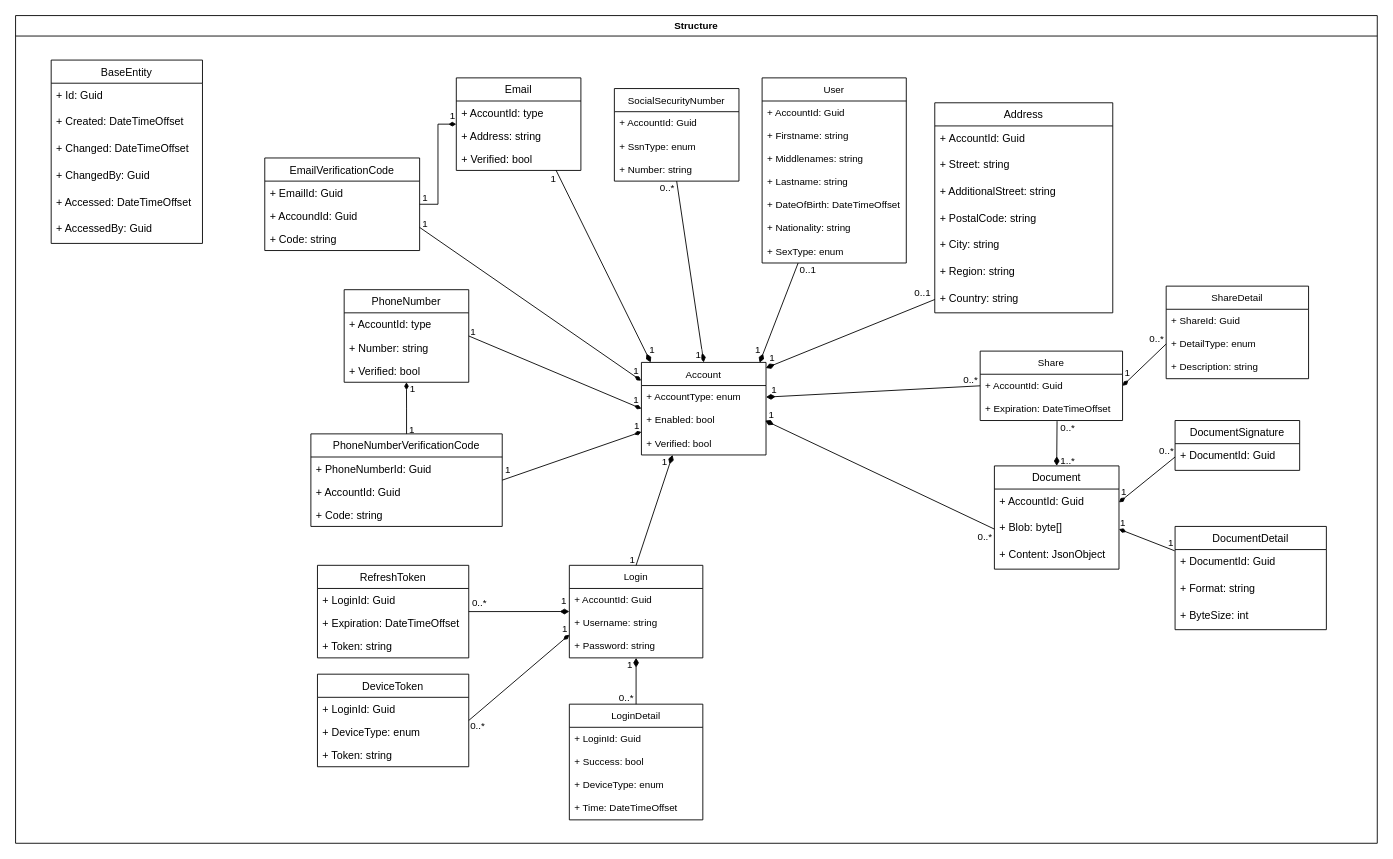
The draw.io diagram page "V3" (3 of 3) of structure.drawio in ToxicK1dd/FileShare, before the edit. Source tidied: cells renumbered, new cells numbered last; positions are measured from the earlier drawing's top-left corner, leaving out a move shared by most shapes. Both pictures are drawn from the tidied source at 89%, with x=0, y=0 at pixel (15, 15).
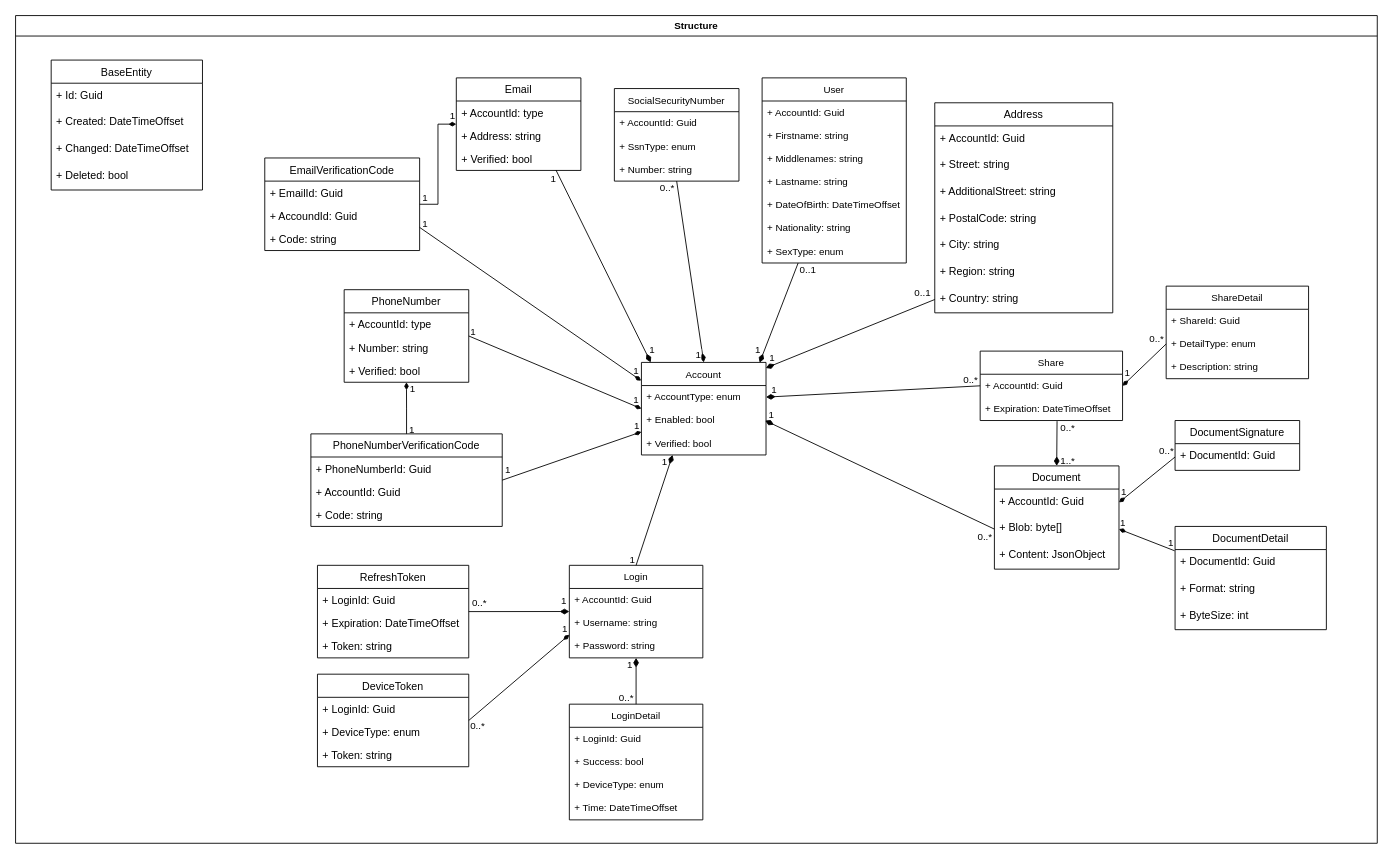
After the change.

Unchanged cells that the change refers to:
```xml
<mxCell id="2" value="Structure" style="swimlane;labelBackgroundColor=none;fontSize=11;startSize=23;" parent="1" vertex="1">
  <mxGeometry width="1530" height="930" as="geometry" />
</mxCell>
```

The edit, as a diff of the source:
```diff
@@
     <mxCell id="3" value="BaseEntity" style="swimlane;fontStyle=0;horizontal=1;startSize=26;fillColor=none;" parent="2" vertex="1">
-      <mxGeometry x="40" y="50" width="170" height="206" as="geometry" />
+      <mxGeometry x="40" y="50" width="170" height="146" as="geometry" />
     </mxCell>
@@
-    <mxCell id="7" value="+ ChangedBy: Guid" style="text;strokeColor=none;fillColor=none;align=left;verticalAlign=top;spacingLeft=4;spacingRight=4;overflow=hidden;" parent="3" vertex="1">
-      <mxGeometry y="116" width="170" height="30" as="geometry" />
-    </mxCell>
-    <mxCell id="8" value="+ Accessed: DateTimeOffset" style="text;strokeColor=none;fillColor=none;align=left;verticalAlign=top;spacingLeft=4;spacingRight=4;overflow=hidden;" parent="3" vertex="1">
-      <mxGeometry y="146" width="170" height="30" as="geometry" />
-    </mxCell>
-    <mxCell id="9" value="+ AccessedBy: Guid" style="text;strokeColor=none;fillColor=none;align=left;verticalAlign=top;spacingLeft=4;spacingRight=4;overflow=hidden;" parent="3" vertex="1">
-      <mxGeometry y="176" width="170" height="30" as="geometry" />
+    <mxCell id="9" value="+ Deleted: bool" style="text;strokeColor=none;fillColor=none;align=left;verticalAlign=top;spacingLeft=4;spacingRight=4;overflow=hidden;" parent="3" vertex="1">
+      <mxGeometry y="116" width="170" height="30" as="geometry" />
     </mxCell>
```
